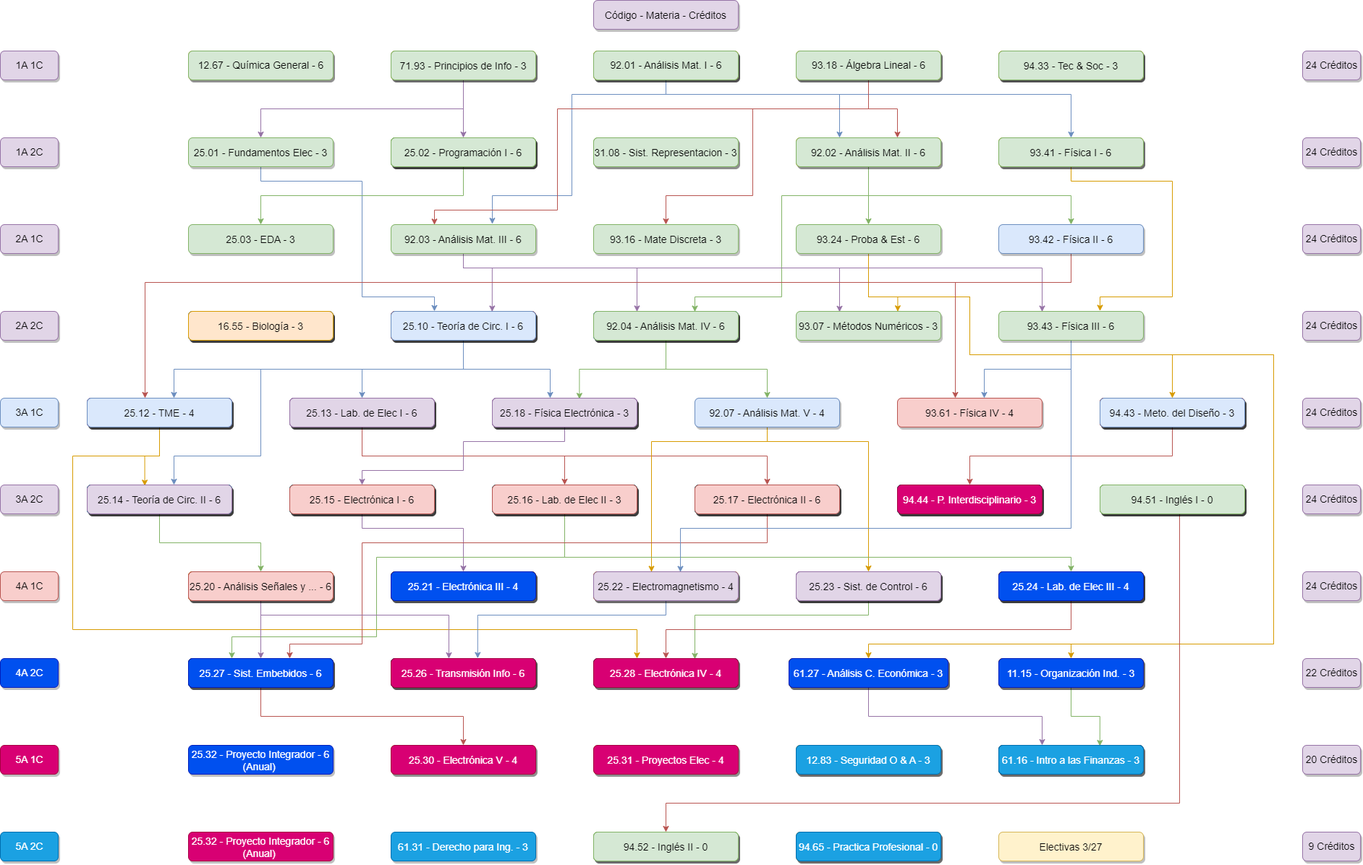
This is K22.drawio.png from juanipla/K22, a draw.io export, as it was before one commit. Source tidied: cells renumbered, new cells last; positions are measured from the earlier drawing's top-left corner, leaving out a move shared by most shapes.
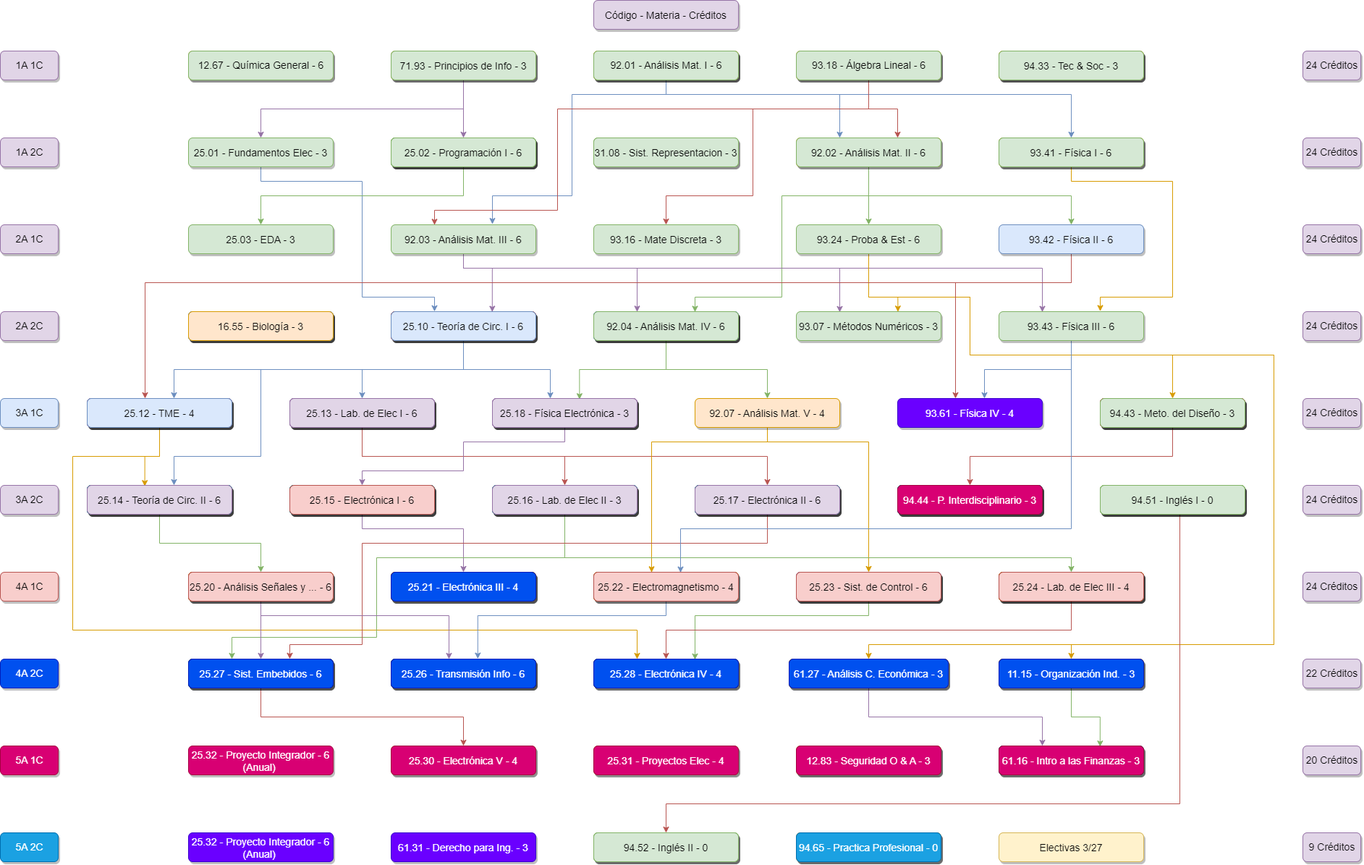
The same file after the commit.

Diff of the diagram source:
```diff
@@ -354,10 +354,10 @@
         </Array>
       </mxGeometry>
     </mxCell>
-    <mxCell id="62" value="92.07 - Análisis Mat. V - 4" style="rounded=1;fillColor=#dae8fc;strokeColor=#6c8ebf;shadow=1;fontStyle=0;fontSize=14;labelBorderColor=none;labelBackgroundColor=none;verticalAlign=middle;" parent="1" vertex="1">
+    <mxCell id="62" value="92.07 - Análisis Mat. V - 4" style="rounded=1;fillColor=#ffe6cc;strokeColor=#d79b00;shadow=1;fontStyle=0;fontSize=14;labelBorderColor=none;labelBackgroundColor=none;verticalAlign=middle;" parent="1" vertex="1">
       <mxGeometry x="960" y="550" width="200" height="40" as="geometry" />
     </mxCell>
-    <mxCell id="63" value="93.61 - Física IV - 4" style="rounded=1;fillColor=#f8cecc;strokeColor=#b85450;shadow=1;fontStyle=0;fontSize=14;labelBorderColor=none;labelBackgroundColor=none;verticalAlign=middle;" parent="1" vertex="1">
+    <mxCell id="63" value="93.61 - Física IV - 4" style="rounded=1;fillColor=#6a00ff;strokeColor=#3700CC;shadow=1;fontStyle=0;fontSize=14;labelBorderColor=none;labelBackgroundColor=none;verticalAlign=middle;fontColor=#ffffff;" parent="1" vertex="1">
       <mxGeometry x="1240" y="550" width="200" height="40" as="geometry" />
     </mxCell>
     <mxCell id="64" style="edgeStyle=orthogonalEdgeStyle;rounded=0;jumpStyle=none;jettySize=auto;html=1;fillColor=#f8cecc;strokeColor=#b85450;" parent="1" edge="1" source="65" target="75">
@@ -595,7 +595,7 @@
     <mxCell id="108" value="11.15 - Organización Ind. - 3" style="rounded=1;fillColor=#fad7ac;strokeColor=#b46504;shadow=1;fontStyle=0;fontSize=14;labelBorderColor=none;labelBackgroundColor=none;verticalAlign=middle;" parent="1" vertex="1">
       <mxGeometry x="1380" y="910" width="200" height="40" as="geometry" />
     </mxCell>
-    <mxCell id="109" value="25.32 - Proyecto Integrador - 6&#10;(Anual) " style="rounded=1;fillColor=#0050ef;strokeColor=#001DBC;shadow=1;fontStyle=0;fontSize=14;labelBorderColor=none;labelBackgroundColor=none;fontColor=#ffffff;" parent="1" vertex="1">
+    <mxCell id="109" value="25.32 - Proyecto Integrador - 6&#10;(Anual) " style="rounded=1;fillColor=#d80073;strokeColor=#A50040;shadow=1;fontStyle=0;fontSize=14;labelBorderColor=none;labelBackgroundColor=none;fontColor=#ffffff;" parent="1" vertex="1">
       <mxGeometry x="260" y="1030" width="200" height="40" as="geometry" />
     </mxCell>
     <mxCell id="110" value="25.30 - Electrónica V - 4" style="rounded=1;fillColor=#FAAAE5;strokeColor=#d6b656;shadow=1;fontStyle=0;fontSize=14;fontColor=default;labelBorderColor=none;labelBackgroundColor=none;" parent="1" vertex="1">
@@ -610,7 +610,7 @@
     <mxCell id="113" value="61.16 - Intro a las Finanzas - 3" style="rounded=1;fillColor=#bac8d3;strokeColor=#23445d;shadow=1;fontStyle=0;fontSize=14;labelBorderColor=none;labelBackgroundColor=none;verticalAlign=middle;" parent="1" vertex="1">
       <mxGeometry x="1380" y="1030" width="200" height="40" as="geometry" />
     </mxCell>
-    <mxCell id="114" value="61.31 - Derecho para Ing. - 3" style="rounded=1;fillColor=#1ba1e2;strokeColor=#006EAF;shadow=1;fontStyle=0;fontSize=14;labelBorderColor=none;labelBackgroundColor=none;fontColor=#ffffff;" parent="1" vertex="1">
+    <mxCell id="114" value="61.31 - Derecho para Ing. - 3" style="rounded=1;fillColor=#6a00ff;strokeColor=#3700CC;shadow=1;fontStyle=0;fontSize=14;labelBorderColor=none;labelBackgroundColor=none;fontColor=#ffffff;" parent="1" vertex="1">
       <mxGeometry x="540" y="1150" width="200" height="40" as="geometry" />
     </mxCell>
     <mxCell id="115" value="94.52 - Inglés II - 0" style="rounded=1;fillColor=#d5e8d4;strokeColor=#82b366;shadow=1;fontStyle=0;fontSize=14;labelBorderColor=none;labelBackgroundColor=none;verticalAlign=middle;" parent="1" vertex="1">
@@ -649,7 +649,7 @@
     <mxCell id="126" value="24 Créditos" style="rounded=1;fillColor=#e1d5e7;strokeColor=#9673a6;shadow=1;fontStyle=0;fontSize=14;labelBorderColor=none;labelBackgroundColor=none;html=1;" parent="1" vertex="1">
       <mxGeometry x="1800" y="430" width="80" height="40" as="geometry" />
     </mxCell>
-    <mxCell id="127" value="25.32 - Proyecto Integrador - 6&#10;(Anual) " style="rounded=1;fillColor=#d80073;strokeColor=#A50040;shadow=1;fontStyle=0;fontSize=14;labelBorderColor=none;labelBackgroundColor=none;fontColor=#ffffff;" parent="1" vertex="1">
+    <mxCell id="127" value="25.32 - Proyecto Integrador - 6&#10;(Anual) " style="rounded=1;fillColor=#6a00ff;strokeColor=#3700CC;shadow=1;fontStyle=0;fontSize=14;labelBorderColor=none;labelBackgroundColor=none;fontColor=#ffffff;" parent="1" vertex="1">
       <mxGeometry x="260" y="1150" width="200" height="40" as="geometry" />
     </mxCell>
     <mxCell id="128" value="94.33 - Tec &amp; Soc - 3" style="rounded=1;fillColor=#fff2cc;strokeColor=#d6b656;shadow=1;fontStyle=0;fontSize=14;labelBorderColor=none;labelBackgroundColor=none;verticalAlign=middle;" parent="1" vertex="1">
@@ -847,7 +847,7 @@
     <mxCell id="192" value="61.16 - Intro a las Finanzas - 3" style="rounded=1;fillColor=#bac8d3;strokeColor=#23445d;shadow=1;fontStyle=0;fontSize=14;labelBorderColor=none;labelBackgroundColor=none;verticalAlign=middle;" parent="1" vertex="1">
       <mxGeometry x="1380" y="1030" width="200" height="40" as="geometry" />
     </mxCell>
-    <mxCell id="193" value="94.43 - Meto. del Diseño - 3" style="rounded=1;fillColor=#dae8fc;strokeColor=#6c8ebf;shadow=1;fontStyle=0;fontSize=14;labelBorderColor=none;labelBackgroundColor=none;verticalAlign=middle;" parent="1" vertex="1">
+    <mxCell id="193" value="94.43 - Meto. del Diseño - 3" style="rounded=1;fillColor=#d5e8d4;strokeColor=#82b366;shadow=1;fontStyle=0;fontSize=14;labelBorderColor=none;labelBackgroundColor=none;verticalAlign=middle;" parent="1" vertex="1">
       <mxGeometry x="1520" y="550" width="200" height="40" as="geometry" />
     </mxCell>
     <mxCell id="194" value="25.02 - Programación I - 6" style="rounded=1;fillColor=#d5e8d4;strokeColor=#82b366;shadow=1;fontStyle=0;fontSize=14;labelBorderColor=none;labelBackgroundColor=none;" parent="1" vertex="1">
@@ -877,10 +877,10 @@
     <mxCell id="202" value="25.15 - Electrónica I - 6" style="rounded=1;fillColor=#f8cecc;strokeColor=#b85450;shadow=1;fontStyle=0;fontSize=14;labelBorderColor=none;labelBackgroundColor=none;" parent="1" vertex="1">
       <mxGeometry x="400" y="670" width="200" height="40" as="geometry" />
     </mxCell>
-    <mxCell id="203" value="25.16 - Lab. de Elec II - 3" style="rounded=1;fillColor=#f8cecc;strokeColor=#b85450;shadow=1;fontStyle=0;fontSize=14;labelBorderColor=none;labelBackgroundColor=none;verticalAlign=middle;" parent="1" vertex="1">
+    <mxCell id="203" value="25.16 - Lab. de Elec II - 3" style="rounded=1;fillColor=#e1d5e7;strokeColor=#9673a6;shadow=1;fontStyle=0;fontSize=14;labelBorderColor=none;labelBackgroundColor=none;verticalAlign=middle;" parent="1" vertex="1">
       <mxGeometry x="680" y="670" width="200" height="40" as="geometry" />
     </mxCell>
-    <mxCell id="204" value="25.17 - Electrónica II - 6" style="rounded=1;fillColor=#f8cecc;strokeColor=#b85450;shadow=1;fontStyle=0;fontSize=14;labelBorderColor=none;labelBackgroundColor=none;verticalAlign=middle;" parent="1" vertex="1">
+    <mxCell id="204" value="25.17 - Electrónica II - 6" style="rounded=1;fillColor=#e1d5e7;strokeColor=#9673a6;shadow=1;fontStyle=0;fontSize=14;labelBorderColor=none;labelBackgroundColor=none;verticalAlign=middle;" parent="1" vertex="1">
       <mxGeometry x="960" y="670" width="200" height="40" as="geometry" />
     </mxCell>
     <mxCell id="205" value="94.44 - P. Interdisciplinario - 3" style="rounded=1;fillColor=#d80073;strokeColor=#A50040;shadow=1;fontStyle=0;fontSize=14;labelBorderColor=none;labelBackgroundColor=none;verticalAlign=middle;fontColor=#ffffff;" parent="1" vertex="1">
@@ -889,10 +889,10 @@
     <mxCell id="206" value="94.51 - Inglés I - 0" style="rounded=1;fillColor=#d5e8d4;strokeColor=#82b366;shadow=1;fontStyle=0;fontSize=14;labelBorderColor=none;labelBackgroundColor=none;verticalAlign=middle;" parent="1" vertex="1">
       <mxGeometry x="1520" y="670" width="200" height="40" as="geometry" />
     </mxCell>
-    <mxCell id="207" value="25.24 - Lab. de Elec III - 4" style="rounded=1;fillColor=#0050ef;strokeColor=#001DBC;shadow=1;fontStyle=0;fontSize=14;labelBorderColor=none;labelBackgroundColor=none;verticalAlign=middle;fontColor=#ffffff;" parent="1" vertex="1">
+    <mxCell id="207" value="25.24 - Lab. de Elec III - 4" style="rounded=1;fillColor=#f8cecc;strokeColor=#b85450;shadow=1;fontStyle=0;fontSize=14;labelBorderColor=none;labelBackgroundColor=none;verticalAlign=middle;" parent="1" vertex="1">
       <mxGeometry x="1380" y="790" width="200" height="40" as="geometry" />
     </mxCell>
-    <mxCell id="208" value="25.23 - Sist. de Control - 6" style="rounded=1;fillColor=#e1d5e7;strokeColor=#9673a6;shadow=1;fontStyle=0;fontSize=14;labelBorderColor=none;labelBackgroundColor=none;verticalAlign=middle;" parent="1" vertex="1">
+    <mxCell id="208" value="25.23 - Sist. de Control - 6" style="rounded=1;fillColor=#f8cecc;strokeColor=#b85450;shadow=1;fontStyle=0;fontSize=14;labelBorderColor=none;labelBackgroundColor=none;verticalAlign=middle;" parent="1" vertex="1">
       <mxGeometry x="1100" y="790" width="200" height="40" as="geometry" />
     </mxCell>
     <mxCell id="209" value="25.21 - Electrónica III - 4" style="rounded=1;fillColor=#0050ef;strokeColor=#001DBC;shadow=1;fontStyle=0;fontSize=14;labelBorderColor=none;labelBackgroundColor=none;fontColor=#ffffff;" parent="1" vertex="1">
@@ -904,7 +904,7 @@
     <mxCell id="211" value="25.27 - Sist. Embebidos - 6" style="rounded=1;fillColor=#0050ef;strokeColor=#001DBC;shadow=1;fontStyle=0;fontSize=14;labelBorderColor=none;labelBackgroundColor=none;fontColor=#ffffff;" parent="1" vertex="1">
       <mxGeometry x="260" y="910" width="200" height="40" as="geometry" />
     </mxCell>
-    <mxCell id="212" value="25.26 - Transmisión Info - 6" style="rounded=1;fillColor=#d80073;strokeColor=#A50040;shadow=1;fontStyle=0;fontSize=14;labelBorderColor=none;labelBackgroundColor=none;fontColor=#ffffff;" parent="1" vertex="1">
+    <mxCell id="212" value="25.26 - Transmisión Info - 6" style="rounded=1;fillColor=#0050ef;strokeColor=#001DBC;shadow=1;fontStyle=0;fontSize=14;labelBorderColor=none;labelBackgroundColor=none;fontColor=#ffffff;" parent="1" vertex="1">
       <mxGeometry x="540" y="910" width="200" height="40" as="geometry" />
     </mxCell>
     <mxCell id="213" value="61.27 - Análisis C. Económica - 3" style="rounded=1;fillColor=#0050ef;strokeColor=#001DBC;shadow=1;fontStyle=0;fontSize=14;labelBorderColor=none;labelBackgroundColor=none;verticalAlign=middle;fontColor=#ffffff;" parent="1" vertex="1">
@@ -913,7 +913,7 @@
     <mxCell id="214" value="11.15 - Organización Ind. - 3" style="rounded=1;fillColor=#0050ef;strokeColor=#001DBC;shadow=1;fontStyle=0;fontSize=14;labelBorderColor=none;labelBackgroundColor=none;verticalAlign=middle;fontColor=#ffffff;" parent="1" vertex="1">
       <mxGeometry x="1380" y="910" width="200" height="40" as="geometry" />
     </mxCell>
-    <mxCell id="215" value="61.16 - Intro a las Finanzas - 3" style="rounded=1;fillColor=#1ba1e2;strokeColor=#006EAF;shadow=1;fontStyle=0;fontSize=14;labelBorderColor=none;labelBackgroundColor=none;verticalAlign=middle;fontColor=#ffffff;" parent="1" vertex="1">
+    <mxCell id="215" value="61.16 - Intro a las Finanzas - 3" style="rounded=1;fillColor=#d80073;strokeColor=#A50040;shadow=1;fontStyle=0;fontSize=14;labelBorderColor=none;labelBackgroundColor=none;verticalAlign=middle;fontColor=#ffffff;" parent="1" vertex="1">
       <mxGeometry x="1380" y="1030" width="200" height="40" as="geometry" />
     </mxCell>
     <mxCell id="216" value="25.31 - Proyectos Elec - 4" style="rounded=1;fillColor=#d80073;strokeColor=#A50040;shadow=1;fontStyle=0;fontSize=14;fontColor=#ffffff;labelBorderColor=none;labelBackgroundColor=none;verticalAlign=middle;" parent="1" vertex="1">
@@ -937,13 +937,13 @@
     <mxCell id="222" value="94.52 - Inglés II - 0" style="rounded=1;fillColor=#d5e8d4;strokeColor=#82b366;shadow=1;fontStyle=0;fontSize=14;labelBorderColor=none;labelBackgroundColor=none;verticalAlign=middle;" parent="1" vertex="1">
       <mxGeometry x="820" y="1150" width="200" height="40" as="geometry" />
     </mxCell>
-    <mxCell id="223" value="25.28 - Electrónica IV - 4" style="rounded=1;fillColor=#d80073;strokeColor=#A50040;shadow=1;fontStyle=0;fontSize=14;labelBorderColor=none;labelBackgroundColor=none;verticalAlign=middle;fontColor=#ffffff;" parent="1" vertex="1">
+    <mxCell id="223" value="25.28 - Electrónica IV - 4" style="rounded=1;fillColor=#0050ef;strokeColor=#001DBC;shadow=1;fontStyle=0;fontSize=14;labelBorderColor=none;labelBackgroundColor=none;verticalAlign=middle;fontColor=#ffffff;" parent="1" vertex="1">
       <mxGeometry x="820" y="910" width="200" height="40" as="geometry" />
     </mxCell>
-    <mxCell id="224" value="25.22 - Electromagnetismo - 4" style="rounded=1;fillColor=#e1d5e7;strokeColor=#9673a6;shadow=1;fontStyle=0;fontSize=14;labelBorderColor=none;labelBackgroundColor=none;verticalAlign=middle;" parent="1" vertex="1">
+    <mxCell id="224" value="25.22 - Electromagnetismo - 4" style="rounded=1;fillColor=#f8cecc;strokeColor=#b85450;shadow=1;fontStyle=0;fontSize=14;labelBorderColor=none;labelBackgroundColor=none;verticalAlign=middle;" parent="1" vertex="1">
       <mxGeometry x="820" y="790" width="200" height="40" as="geometry" />
     </mxCell>
-    <mxCell id="225" value="12.83 - Seguridad O &amp; A - 3" style="rounded=1;fillColor=#1ba1e2;strokeColor=#006EAF;shadow=1;fontStyle=0;fontSize=14;labelBorderColor=none;labelBackgroundColor=none;verticalAlign=middle;fontColor=#ffffff;" parent="1" vertex="1">
+    <mxCell id="225" value="12.83 - Seguridad O &amp; A - 3" style="rounded=1;fillColor=#d80073;strokeColor=#A50040;shadow=1;fontStyle=0;fontSize=14;labelBorderColor=none;labelBackgroundColor=none;verticalAlign=middle;fontColor=#ffffff;" parent="1" vertex="1">
       <mxGeometry x="1100" y="1030" width="200" height="40" as="geometry" />
     </mxCell>
     <mxCell id="226" value="94.65 - Practica Profesional - 0" style="rounded=1;fillColor=#1ba1e2;strokeColor=#006EAF;shadow=1;fontStyle=0;fontSize=14;labelBorderColor=none;labelBackgroundColor=none;verticalAlign=middle;fontColor=#ffffff;" parent="1" vertex="1">
```
